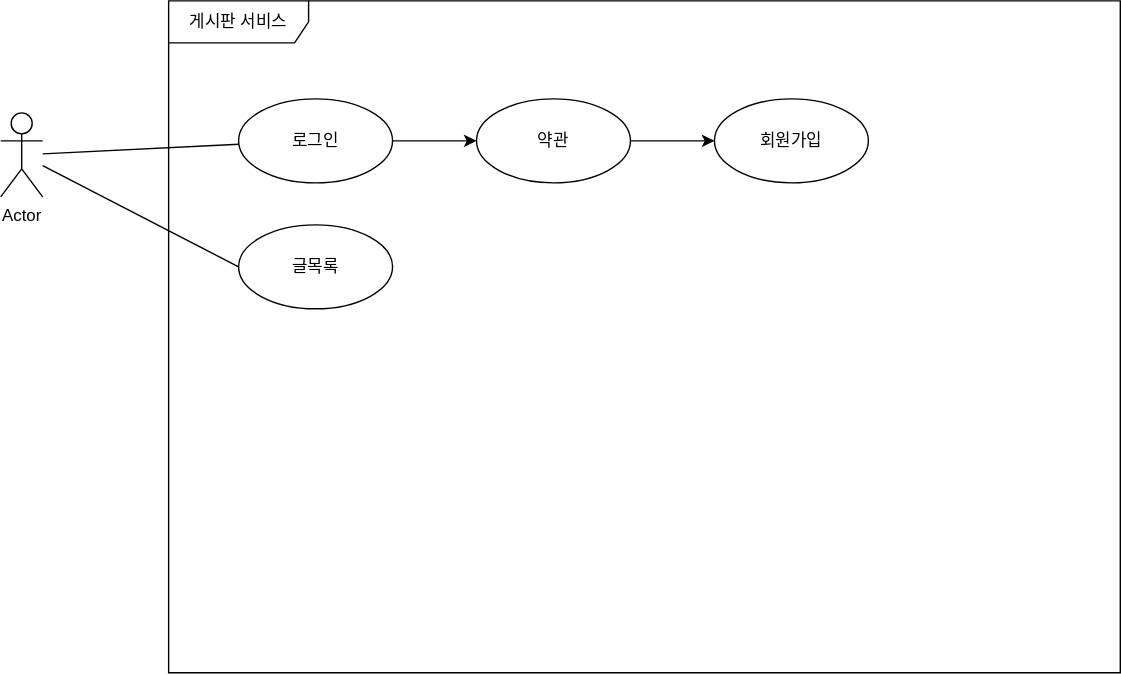
Before: JBoard1/게시판 서비스.drawio.svg, a diagram exported from draw.io (bskim617/JSP). Source tidied: cells renumbered, new cells last; positions are measured from the earlier drawing's top-left corner, leaving out a move shared by most shapes.
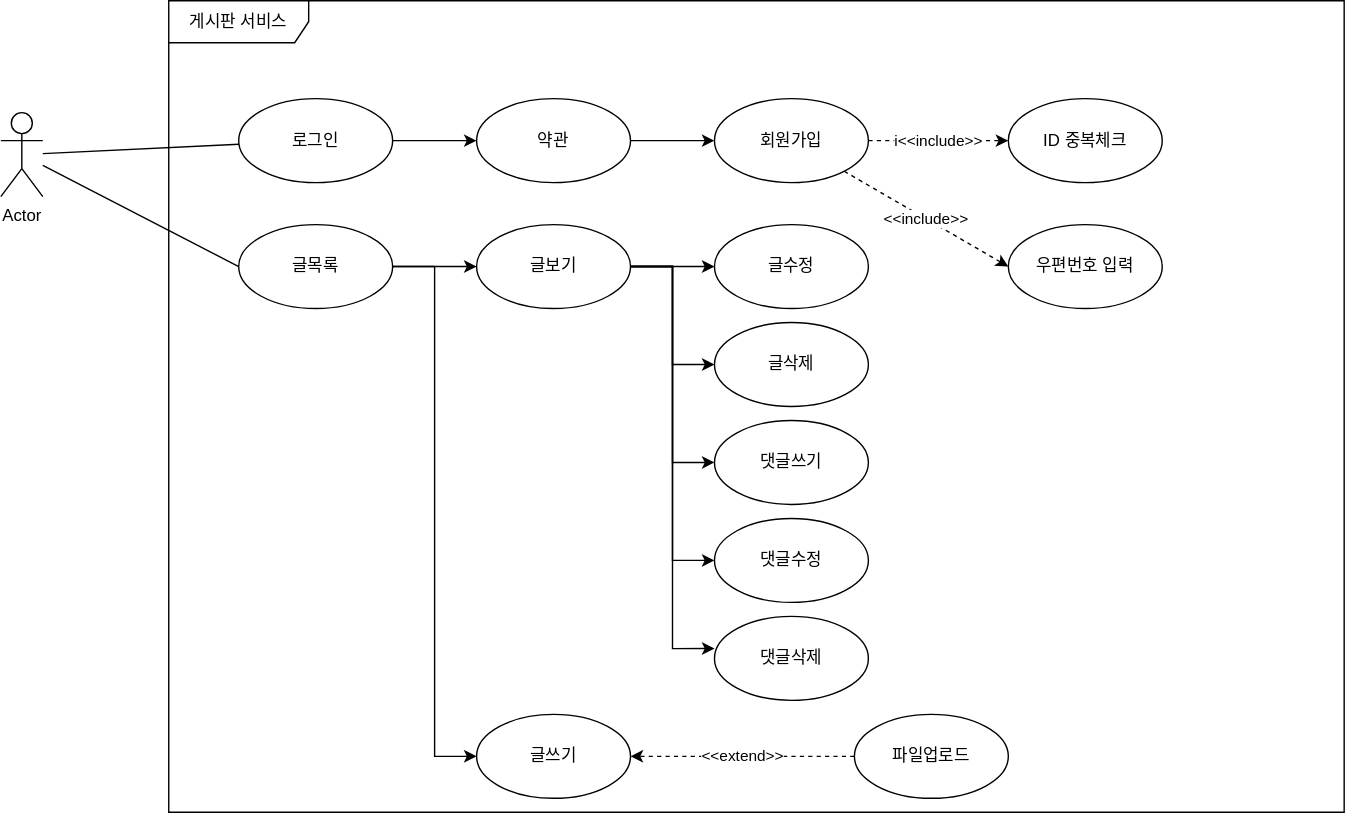
The same diagram one commit later.

Commit message:
게시판 서비스.drawio.svg 업데이트

Diff of the diagram source:
```diff
@@ -12,7 +12,7 @@
       <mxGeometry y="80" width="30" height="60" as="geometry" />
     </mxCell>
     <mxCell id="5" value="게시판 서비스" style="shape=umlFrame;whiteSpace=wrap;html=1;width=100;height=30;" parent="1" vertex="1">
-      <mxGeometry x="120" width="680" height="480" as="geometry" />
+      <mxGeometry x="120" width="840" height="580" as="geometry" />
     </mxCell>
     <mxCell id="6" style="edgeStyle=none;rounded=0;jettySize=auto;html=1;endArrow=classic;endFill=1;" parent="1" edge="1" source="7" target="10">
       <mxGeometry relative="1" as="geometry" />
@@ -20,6 +20,12 @@
     <mxCell id="7" value="로그인" style="ellipse;whiteSpace=wrap;html=1;" parent="1" vertex="1">
       <mxGeometry x="170" y="70" width="110" height="60" as="geometry" />
     </mxCell>
+    <mxCell id="12" style="edgeStyle=none;rounded=0;jettySize=auto;html=1;endArrow=classic;endFill=1;" parent="1" edge="1" source="8" target="23">
+      <mxGeometry relative="1" as="geometry" />
+    </mxCell>
+    <mxCell id="13" style="edgeStyle=orthogonalEdgeStyle;rounded=0;jettySize=auto;html=1;entryX=0;entryY=0.5;entryDx=0;entryDy=0;endArrow=classic;endFill=1;" parent="1" edge="1" source="8" target="29">
+      <mxGeometry relative="1" as="geometry" />
+    </mxCell>
     <mxCell id="8" value="글목록" style="ellipse;whiteSpace=wrap;html=1;" parent="1" vertex="1">
       <mxGeometry x="170" y="160" width="110" height="60" as="geometry" />
     </mxCell>
@@ -29,8 +35,62 @@
     <mxCell id="10" value="약관" style="ellipse;whiteSpace=wrap;html=1;" parent="1" vertex="1">
       <mxGeometry x="340" y="70" width="110" height="60" as="geometry" />
     </mxCell>
+    <mxCell id="14" value="i&amp;lt;&amp;lt;include&amp;gt;&amp;gt;" style="edgeStyle=none;rounded=0;jettySize=auto;html=1;endArrow=classic;endFill=1;dashed=1;" parent="1" edge="1" source="11" target="16">
+      <mxGeometry relative="1" as="geometry" />
+    </mxCell>
+    <mxCell id="15" value="&amp;lt;&amp;lt;include&amp;gt;&amp;gt;" style="edgeStyle=none;rounded=0;jettySize=auto;html=1;entryX=0;entryY=0.5;entryDx=0;entryDy=0;dashed=1;endArrow=classic;endFill=1;" parent="1" edge="1" source="11" target="17">
+      <mxGeometry relative="1" as="geometry" />
+    </mxCell>
     <mxCell id="11" value="회원가입" style="ellipse;whiteSpace=wrap;html=1;" parent="1" vertex="1">
       <mxGeometry x="510" y="70" width="110" height="60" as="geometry" />
     </mxCell>
+    <mxCell id="16" value="ID 중복체크" style="ellipse;whiteSpace=wrap;html=1;" parent="1" vertex="1">
+      <mxGeometry x="720" y="70" width="110" height="60" as="geometry" />
+    </mxCell>
+    <mxCell id="17" value="우편번호 입력" style="ellipse;whiteSpace=wrap;html=1;" parent="1" vertex="1">
+      <mxGeometry x="720" y="160" width="110" height="60" as="geometry" />
+    </mxCell>
+    <mxCell id="18" style="edgeStyle=none;rounded=0;jettySize=auto;html=1;endArrow=classic;endFill=1;" parent="1" edge="1" source="23" target="28">
+      <mxGeometry relative="1" as="geometry" />
+    </mxCell>
+    <mxCell id="19" style="edgeStyle=orthogonalEdgeStyle;rounded=0;jettySize=auto;html=1;entryX=0;entryY=0.5;entryDx=0;entryDy=0;endArrow=classic;endFill=1;" parent="1" edge="1" source="23" target="27">
+      <mxGeometry relative="1" as="geometry" />
+    </mxCell>
+    <mxCell id="20" style="edgeStyle=orthogonalEdgeStyle;rounded=0;jettySize=auto;html=1;entryX=0;entryY=0.5;entryDx=0;entryDy=0;endArrow=classic;endFill=1;" parent="1" edge="1" source="23" target="26">
+      <mxGeometry relative="1" as="geometry" />
+    </mxCell>
+    <mxCell id="21" style="edgeStyle=orthogonalEdgeStyle;rounded=0;jettySize=auto;html=1;entryX=0;entryY=0.5;entryDx=0;entryDy=0;endArrow=classic;endFill=1;" parent="1" edge="1" source="23" target="25">
+      <mxGeometry relative="1" as="geometry" />
+    </mxCell>
+    <mxCell id="22" style="edgeStyle=orthogonalEdgeStyle;rounded=0;jettySize=auto;html=1;entryX=0;entryY=0.383;entryDx=0;entryDy=0;entryPerimeter=0;endArrow=classic;endFill=1;" parent="1" edge="1" source="23" target="24">
+      <mxGeometry relative="1" as="geometry" />
+    </mxCell>
+    <mxCell id="23" value="글보기" style="ellipse;whiteSpace=wrap;html=1;" parent="1" vertex="1">
+      <mxGeometry x="340" y="160" width="110" height="60" as="geometry" />
+    </mxCell>
+    <mxCell id="24" value="댓글삭제" style="ellipse;whiteSpace=wrap;html=1;" parent="1" vertex="1">
+      <mxGeometry x="510" y="440" width="110" height="60" as="geometry" />
+    </mxCell>
+    <mxCell id="25" value="댓글수정" style="ellipse;whiteSpace=wrap;html=1;" parent="1" vertex="1">
+      <mxGeometry x="510" y="370" width="110" height="60" as="geometry" />
+    </mxCell>
+    <mxCell id="26" value="댓글쓰기" style="ellipse;whiteSpace=wrap;html=1;" parent="1" vertex="1">
+      <mxGeometry x="510" y="300" width="110" height="60" as="geometry" />
+    </mxCell>
+    <mxCell id="27" value="글삭제" style="ellipse;whiteSpace=wrap;html=1;" parent="1" vertex="1">
+      <mxGeometry x="510" y="230" width="110" height="60" as="geometry" />
+    </mxCell>
+    <mxCell id="28" value="글수정" style="ellipse;whiteSpace=wrap;html=1;" parent="1" vertex="1">
+      <mxGeometry x="510" y="160" width="110" height="60" as="geometry" />
+    </mxCell>
+    <mxCell id="29" value="글쓰기" style="ellipse;whiteSpace=wrap;html=1;" parent="1" vertex="1">
+      <mxGeometry x="340" y="510" width="110" height="60" as="geometry" />
+    </mxCell>
+    <mxCell id="30" value="&amp;lt;&amp;lt;extend&amp;gt;&amp;gt;" style="edgeStyle=orthogonalEdgeStyle;rounded=0;jettySize=auto;html=1;endArrow=classic;endFill=1;dashed=1;" parent="1" edge="1" source="31" target="29">
+      <mxGeometry relative="1" as="geometry" />
+    </mxCell>
+    <mxCell id="31" value="파일업로드" style="ellipse;whiteSpace=wrap;html=1;" parent="1" vertex="1">
+      <mxGeometry x="610" y="510" width="110" height="60" as="geometry" />
+    </mxCell>
   </root>
 </mxGraphModel>
```
